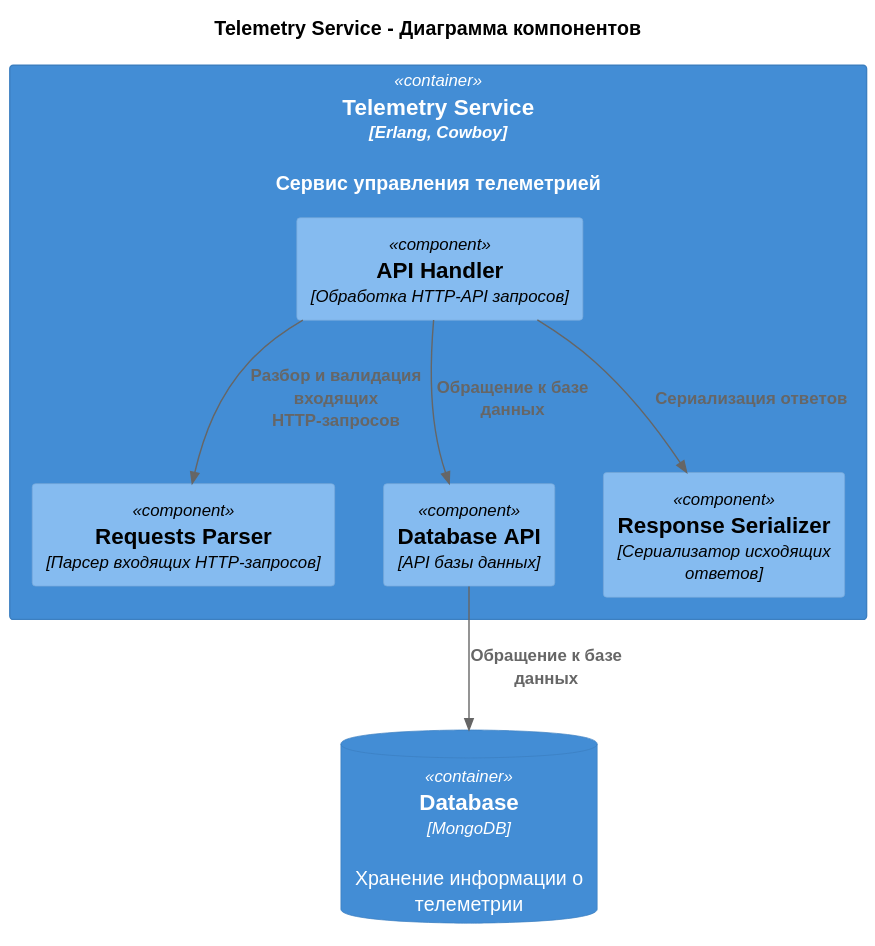
Above: diagrams/images/TelemetryServiceComponent.svg in snakeduse/architecture-sprint-3 (PlantUML), before the change.
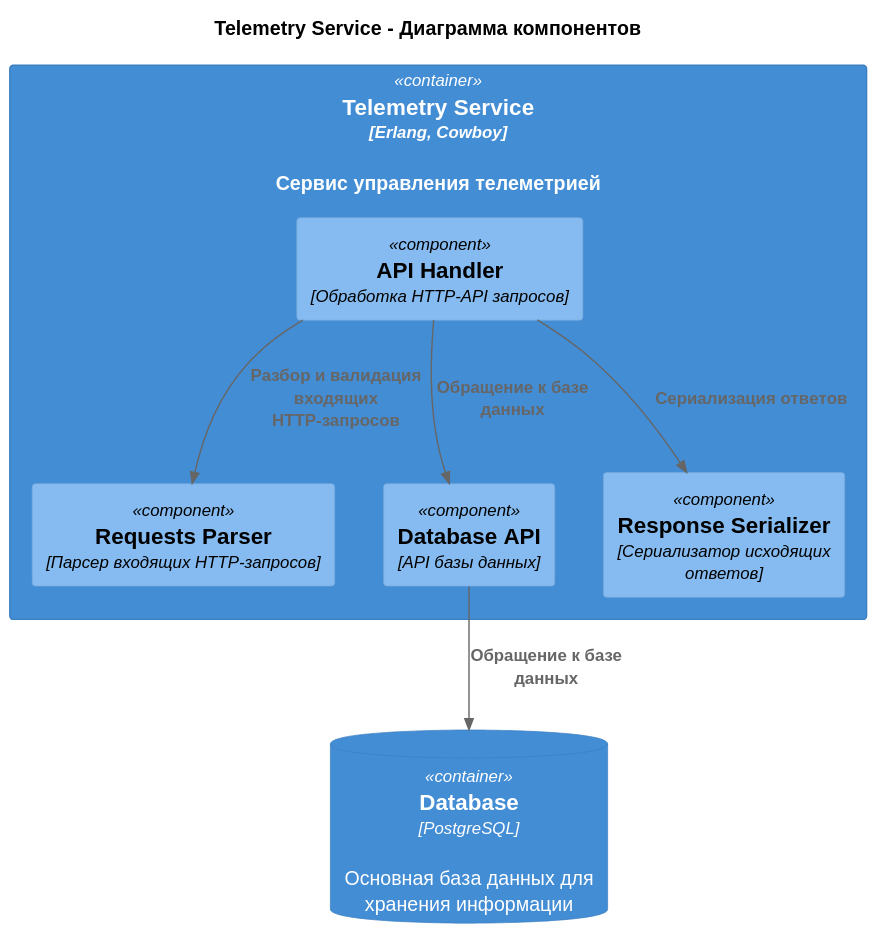
After the commit.

Commit message:
docs: Обновил БД на диаграммах компонентов

The edit, as a diff of the source:
```diff
@@ -12,7 +12,7 @@
   Component(response_serializer, "Response Serializer", "Сериализатор исходящих ответов")
 }
 
-ContainerDb(db, "Database", "MongoDB", "Хранение информации о телеметрии")
+ContainerDb(db, "Database", "PostgreSQL", "Основная база данных для хранения информации")
 
 Rel(api_handler, requests_parser, "Разбор и валидация входящих HTTP-запросов")
 Rel(api_handler, db_layer, "Обращение к базе данных")
```
